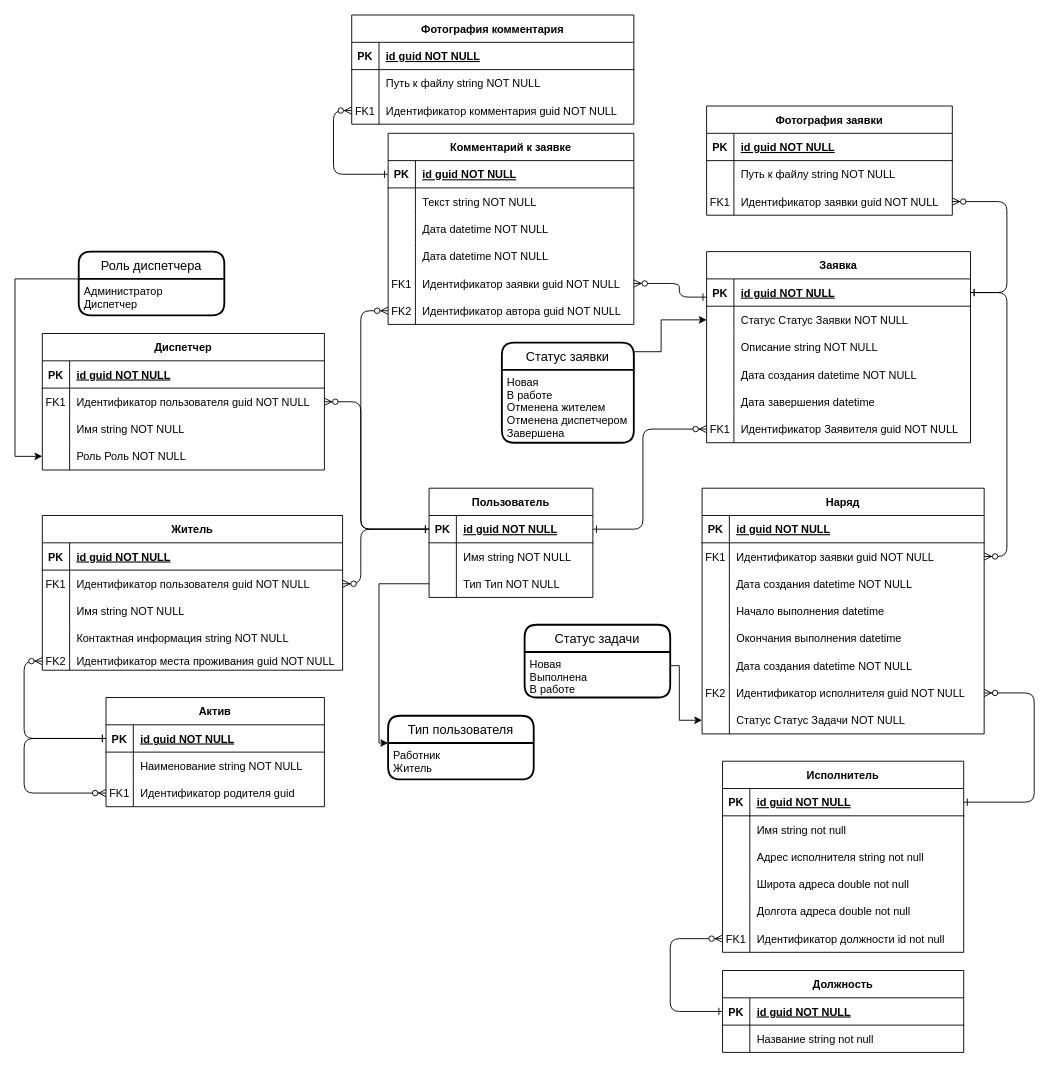
iamquoz/essen keeps this draw.io diagram as er.drawio. Above is the earlier version. Source tidied: cells renumbered, new cells numbered last; positions are measured from the earlier drawing's top-left corner, leaving out a move shared by most shapes. Both pictures are drawn from the tidied source at 91%, with x=0, y=0 at pixel (-26, 15).
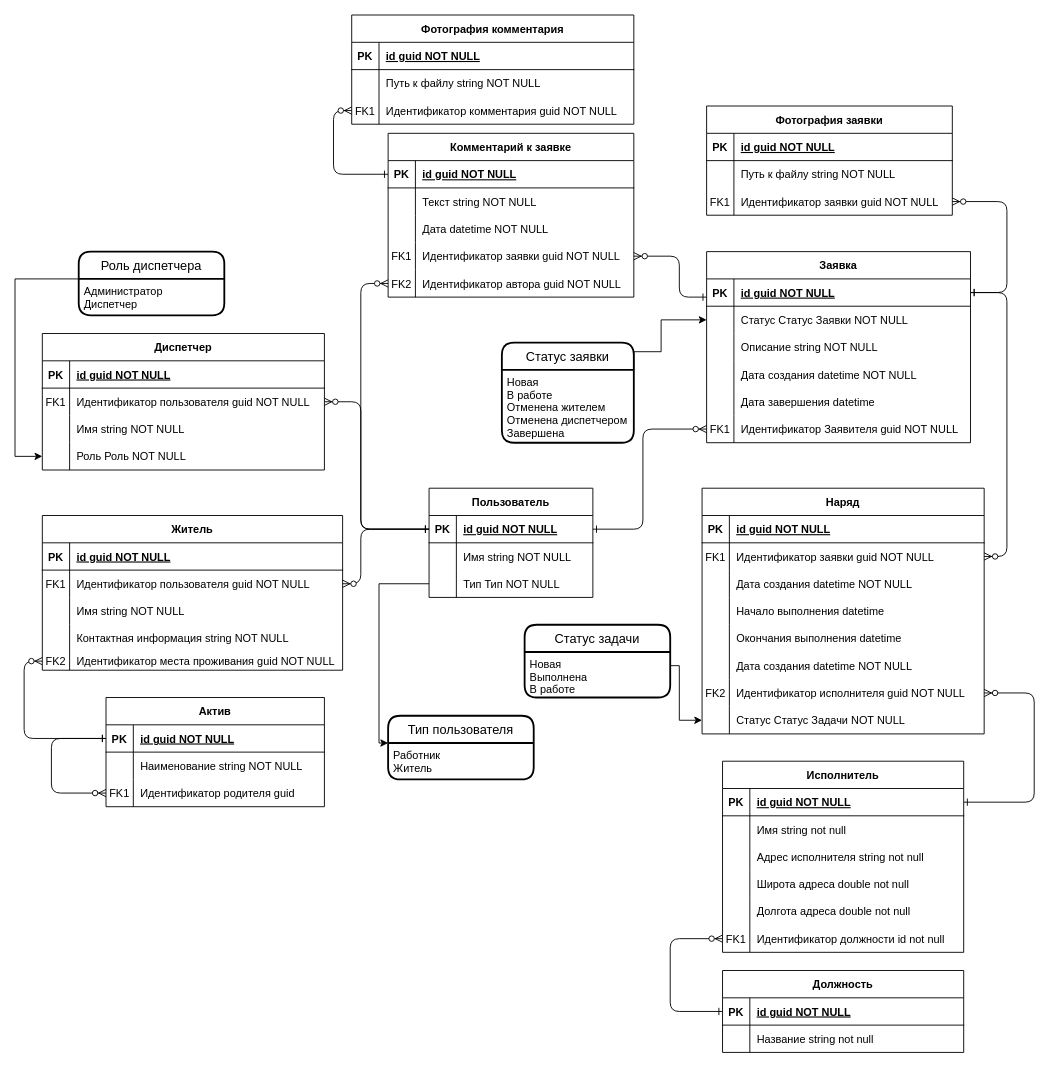
The same diagram, later.

Commit message:
fix double date

The change refers to these unchanged cells:
```xml
<mxCell id="4" style="shape=partialRectangle;fillColor=none;points=[[0,0.5],[1,0.5]];portConstraint=eastwest;top=0;left=0;right=0;bottom=1;" parent="3" vertex="1">
  <mxGeometry y="30" width="290" height="30" as="geometry" />
</mxCell>
<mxCell id="26" style="shape=partialRectangle;fillColor=none;points=[[0,0.5],[1,0.5]];portConstraint=eastwest;top=0;left=0;right=0;bottom=0;" parent="22" vertex="1">
  <mxGeometry y="60" width="310" height="30" as="geometry" />
</mxCell>
<mxCell id="174" value="Актив" style="shape=table;startSize=30;childLayout=tableLayout;rowLines=0;fontStyle=1;align=center;" parent="1" vertex="1">
  <mxGeometry x="145" y="750" width="240" height="120" as="geometry" />
</mxCell>
<mxCell id="175" style="shape=tableRow;horizontal=0;startSize=0;swimlaneHead=0;swimlaneBody=0;fillColor=none;points=[[0,0.5],[1,0.5]];portConstraint=eastwest;top=0;left=0;right=0;bottom=1;" parent="174" vertex="1">
  <mxGeometry y="30" width="240" height="30" as="geometry" />
</mxCell>
<mxCell id="181" style="shape=tableRow;horizontal=0;startSize=0;swimlaneHead=0;swimlaneBody=0;fillColor=none;points=[[0,0.5],[1,0.5]];portConstraint=eastwest;top=0;left=0;right=0;bottom=0;" parent="174" vertex="1">
  <mxGeometry y="90" width="240" height="30" as="geometry" />
</mxCell>
```

What changed in the source:
```diff
@@
     <mxCell id="2" style="edgeStyle=elbowEdgeStyle;endArrow=ERzeroToMany;startArrow=ERone;endFill=1;startFill=0;" parent="1" edge="1" source="4" target="26">
       <mxGeometry relative="1" as="geometry">
         <Array as="points">
+          <mxPoint x="1135" y="390" />
           <mxPoint x="1135" y="430" />
           <mxPoint x="1135" y="520" />
         </Array>
       </mxGeometry>
     </mxCell>
@@
     <mxCell id="64" value="Комментарий к заявке" style="shape=table;startSize=30;childLayout=tableLayout;rowLines=0;fontStyle=1;align=center;" parent="1" vertex="1">
-      <mxGeometry x="455" y="130" width="270" height="210" as="geometry" />
+      <mxGeometry x="455" y="130" width="270" height="180" as="geometry" />
     </mxCell>
@@
-    <mxCell id="74" style="shape=tableRow;horizontal=0;startSize=0;swimlaneHead=0;swimlaneBody=0;fillColor=none;top=0;left=0;right=0;bottom=0;" parent="64" vertex="1">
-      <mxGeometry y="120" width="270" height="30" as="geometry" />
-    </mxCell>
-    <mxCell id="75" style="shape=partialRectangle;fillColor=none;top=0;left=0;bottom=0;right=0;overflow=hidden;" parent="74" vertex="1">
-      <mxGeometry width="30" height="30" as="geometry" />
-    </mxCell>
-    <mxCell id="76" value="Дата datetime NOT NULL" style="shape=partialRectangle;fillColor=none;top=0;left=0;bottom=0;right=0;align=left;spacingLeft=6;overflow=hidden;" parent="74" vertex="1">
-      <mxGeometry x="30" width="240" height="30" as="geometry" />
-    </mxCell>
     <mxCell id="77" style="shape=tableRow;horizontal=0;startSize=0;swimlaneHead=0;swimlaneBody=0;fillColor=none;points=[[0,0.5],[1,0.5]];portConstraint=eastwest;top=0;left=0;right=0;bottom=0;" parent="64" vertex="1">
-      <mxGeometry y="150" width="270" height="30" as="geometry" />
+      <mxGeometry y="120" width="270" height="30" as="geometry" />
     </mxCell>
@@
     <mxCell id="80" style="shape=tableRow;horizontal=0;startSize=0;swimlaneHead=0;swimlaneBody=0;fillColor=none;points=[[0,0.5],[1,0.5]];portConstraint=eastwest;top=0;left=0;right=0;bottom=0;" parent="64" vertex="1">
-      <mxGeometry y="180" width="270" height="30" as="geometry" />
+      <mxGeometry y="150" width="270" height="30" as="geometry" />
     </mxCell>
@@
     <mxCell id="184" style="endArrow=ERzeroToMany;startArrow=ERone;endFill=1;startFill=0;edgeStyle=elbowEdgeStyle;entryX=0;entryY=0.5;entryDx=0;entryDy=0;exitX=0;exitY=0.5;exitDx=0;exitDy=0;" parent="174" edge="1" source="175" target="181">
       <mxGeometry relative="1" as="geometry">
         <Array as="points">
+          <mxPoint x="-60" y="80" />
           <mxPoint x="-90" y="60" />
           <mxPoint x="-40" y="80" />
           <mxPoint x="-50" y="80" />
           <mxPoint x="-90" y="175" />
           <mxPoint x="-80" y="375" />
           <mxPoint x="-30" y="370" />
           <mxPoint x="-10" y="565" />
           <mxPoint x="-20" y="450" />
           <mxPoint x="-30" y="340" />
         </Array>
       </mxGeometry>
     </mxCell>
```
